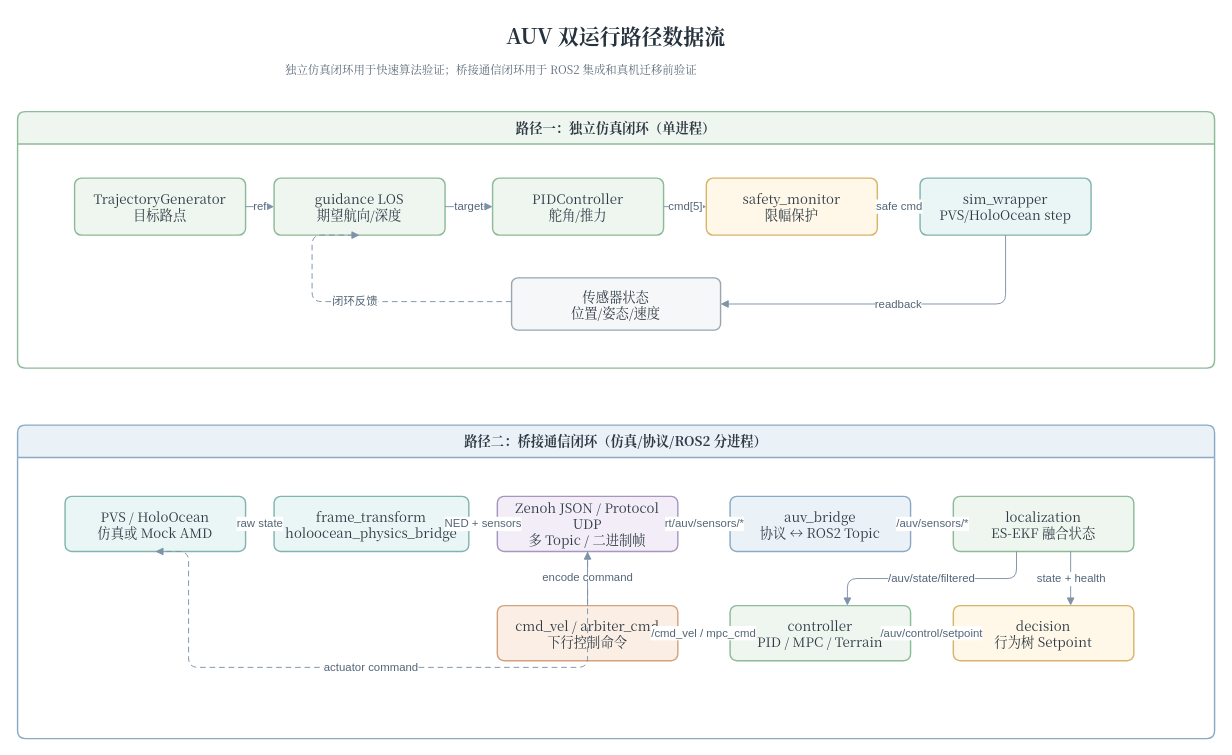
Above: docs/thesis/figures/architecture/auv_runtime_dataflow.drawio in 360ZMEM/AUV-Master-Project (draw.io), before the change. Source tidied: cells renumbered, new cells numbered last; positions are measured from the earlier drawing's top-left corner, leaving out a move shared by most shapes. Both pictures are drawn from the tidied source at 95%, with x=0, y=0 at pixel (17, 16).
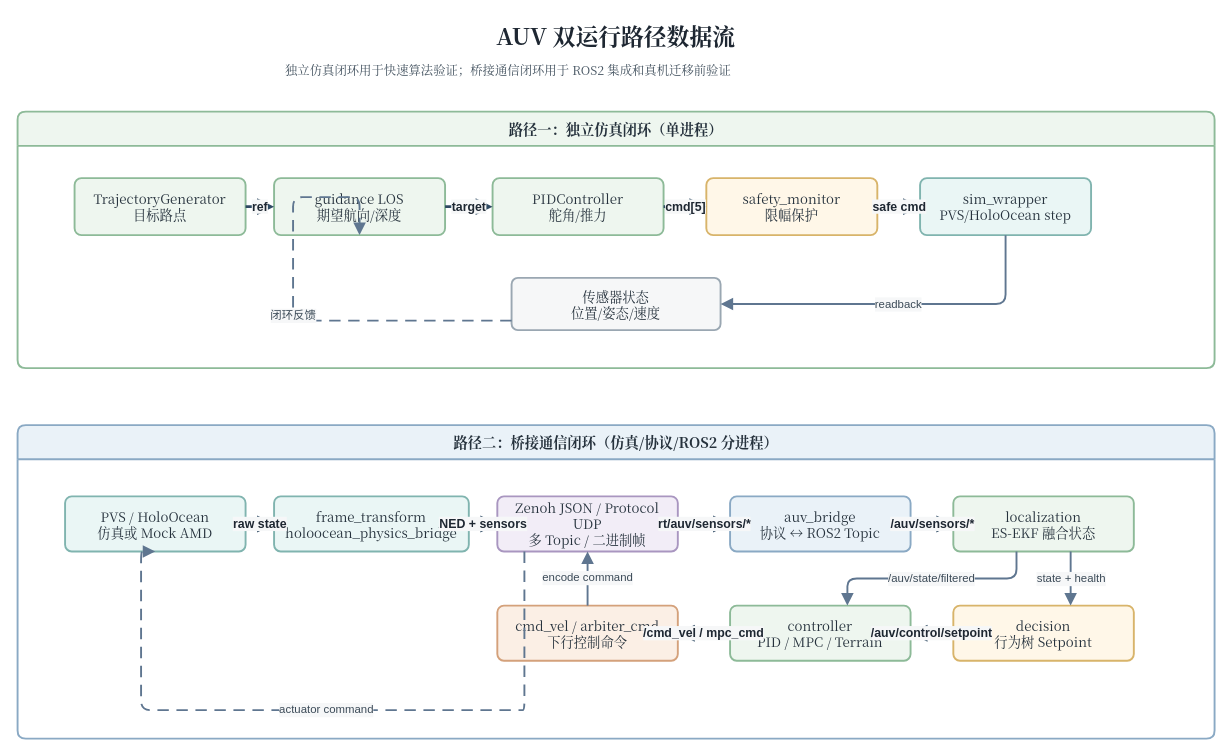
The same page after the edit.

What changed in the source:
```diff
@@
-    <mxCell id="2" value="AUV 双运行路径数据流" style="text;html=1;strokeColor=none;fillColor=none;align=center;verticalAlign=middle;whiteSpace=wrap;rounded=0;fontFamily=Noto Serif CJK SC,Times New Roman;fontSize=22;fontStyle=1;fontColor=#26323D;" parent="1" vertex="1">
+    <mxCell id="2" value="AUV 双运行路径数据流" style="text;html=1;strokeColor=none;fillColor=none;align=center;verticalAlign=middle;whiteSpace=wrap;rounded=0;fontFamily=Noto Serif CJK SC,Times New Roman;fontSize=24;fontStyle=1;fontColor=#1E2732;" parent="1" vertex="1">
       <mxGeometry x="290" width="680" height="40" as="geometry" />
     </mxCell>
-    <mxCell id="3" value="独立仿真闭环用于快速算法验证；桥接通信闭环用于 ROS2 集成和真机迁移前验证" style="text;html=1;strokeColor=none;fillColor=none;align=left;verticalAlign=top;whiteSpace=wrap;rounded=0;fontFamily=Noto Serif CJK SC,Times New Roman;fontSize=12;fontColor=#5C6B7A;" parent="1" vertex="1">
+    <mxCell id="3" value="独立仿真闭环用于快速算法验证；桥接通信闭环用于 ROS2 集成和真机迁移前验证" style="text;html=1;strokeColor=none;fillColor=none;align=left;verticalAlign=top;whiteSpace=wrap;rounded=0;fontFamily=Noto Serif CJK SC,Times New Roman;fontSize=13;fontColor=#43525F;" parent="1" vertex="1">
       <mxGeometry x="280" y="42" width="720" height="34" as="geometry" />
     </mxCell>
-    <mxCell id="4" value="路径一：独立仿真闭环（单进程）" style="swimlane;whiteSpace=wrap;html=1;startSize=34;rounded=1;arcSize=8;fillColor=#EEF6EF;strokeColor=#8DBA98;strokeWidth=1.5;fontFamily=Noto Serif CJK SC,Times New Roman;fontSize=14;fontColor=#2F3A45;" parent="1" vertex="1">
+    <mxCell id="4" value="路径一：独立仿真闭环（单进程）" style="swimlane;whiteSpace=wrap;html=1;startSize=36;rounded=1;arcSize=8;fillColor=#EEF6EF;strokeColor=#8DBA98;strokeWidth=2;fontFamily=Noto Serif CJK SC,Times New Roman;fontSize=14;fontColor=#26323D;fontStyle=1;fontSize=15;" parent="1" vertex="1">
       <mxGeometry y="100" width="1260" height="270" as="geometry" />
     </mxCell>
-    <mxCell id="5" value="路径二：桥接通信闭环（仿真/协议/ROS2 分进程）" style="swimlane;whiteSpace=wrap;html=1;startSize=34;rounded=1;arcSize=8;fillColor=#EAF2F8;strokeColor=#8AA9C4;strokeWidth=1.5;fontFamily=Noto Serif CJK SC,Times New Roman;fontSize=14;fontColor=#2F3A45;" parent="1" vertex="1">
+    <mxCell id="5" value="路径二：桥接通信闭环（仿真/协议/ROS2 分进程）" style="swimlane;whiteSpace=wrap;html=1;startSize=36;rounded=1;arcSize=8;fillColor=#EAF2F8;strokeColor=#8AA9C4;strokeWidth=2;fontFamily=Noto Serif CJK SC,Times New Roman;fontSize=14;fontColor=#26323D;fontStyle=1;fontSize=15;" parent="1" vertex="1">
       <mxGeometry y="430" width="1260" height="330" as="geometry" />
     </mxCell>
-    <mxCell id="6" value="TrajectoryGenerator&#10;目标路点" style="rounded=1;whiteSpace=wrap;html=1;arcSize=12;fillColor=#EEF6EF;strokeColor=#8DBA98;strokeWidth=1.5;spacing=8;fontFamily=Noto Serif CJK SC,Times New Roman;fontSize=14;fontColor=#2F3A45;" parent="4" vertex="1">
+    <mxCell id="6" value="TrajectoryGenerator&#10;目标路点" style="rounded=1;whiteSpace=wrap;html=1;arcSize=12;fillColor=#EEF6EF;strokeColor=#8DBA98;strokeWidth=2;spacing=8;shadow=0;fontFamily=Noto Serif CJK SC,Times New Roman;fontSize=14;fontColor=#26323D;" parent="4" vertex="1">
       <mxGeometry x="60" y="70" width="180" height="60" as="geometry" />
     </mxCell>
-    <mxCell id="7" value="guidance LOS&#10;期望航向/深度" style="rounded=1;whiteSpace=wrap;html=1;arcSize=12;fillColor=#EEF6EF;strokeColor=#8DBA98;strokeWidth=1.5;spacing=8;fontFamily=Noto Serif CJK SC,Times New Roman;fontSize=14;fontColor=#2F3A45;" parent="4" vertex="1">
+    <mxCell id="7" value="guidance LOS&#10;期望航向/深度" style="rounded=1;whiteSpace=wrap;html=1;arcSize=12;fillColor=#EEF6EF;strokeColor=#8DBA98;strokeWidth=2;spacing=8;shadow=0;fontFamily=Noto Serif CJK SC,Times New Roman;fontSize=14;fontColor=#26323D;" parent="4" vertex="1">
       <mxGeometry x="270" y="70" width="180" height="60" as="geometry" />
     </mxCell>
-    <mxCell id="8" value="PIDController&#10;舵角/推力" style="rounded=1;whiteSpace=wrap;html=1;arcSize=12;fillColor=#EEF6EF;strokeColor=#8DBA98;strokeWidth=1.5;spacing=8;fontFamily=Noto Serif CJK SC,Times New Roman;fontSize=14;fontColor=#2F3A45;" parent="4" vertex="1">
+    <mxCell id="8" value="PIDController&#10;舵角/推力" style="rounded=1;whiteSpace=wrap;html=1;arcSize=12;fillColor=#EEF6EF;strokeColor=#8DBA98;strokeWidth=2;spacing=8;shadow=0;fontFamily=Noto Serif CJK SC,Times New Roman;fontSize=14;fontColor=#26323D;" parent="4" vertex="1">
       <mxGeometry x="500" y="70" width="180" height="60" as="geometry" />
     </mxCell>
-    <mxCell id="9" value="safety_monitor&#10;限幅保护" style="rounded=1;whiteSpace=wrap;html=1;arcSize=12;fillColor=#FFF7E8;strokeColor=#D8B46A;strokeWidth=1.5;spacing=8;fontFamily=Noto Serif CJK SC,Times New Roman;fontSize=14;fontColor=#2F3A45;" parent="4" vertex="1">
+    <mxCell id="9" value="safety_monitor&#10;限幅保护" style="rounded=1;whiteSpace=wrap;html=1;arcSize=12;fillColor=#FFF7E8;strokeColor=#D8B46A;strokeWidth=2;spacing=8;shadow=0;fontFamily=Noto Serif CJK SC,Times New Roman;fontSize=14;fontColor=#26323D;" parent="4" vertex="1">
       <mxGeometry x="725" y="70" width="180" height="60" as="geometry" />
     </mxCell>
-    <mxCell id="10" value="sim_wrapper&#10;PVS/HoloOcean step" style="rounded=1;whiteSpace=wrap;html=1;arcSize=12;fillColor=#EAF6F5;strokeColor=#80B4AF;strokeWidth=1.5;spacing=8;fontFamily=Noto Serif CJK SC,Times New Roman;fontSize=14;fontColor=#2F3A45;" parent="4" vertex="1">
+    <mxCell id="10" value="sim_wrapper&#10;PVS/HoloOcean step" style="rounded=1;whiteSpace=wrap;html=1;arcSize=12;fillColor=#EAF6F5;strokeColor=#80B4AF;strokeWidth=2;spacing=8;shadow=0;fontFamily=Noto Serif CJK SC,Times New Roman;fontSize=14;fontColor=#26323D;" parent="4" vertex="1">
       <mxGeometry x="950" y="70" width="180" height="60" as="geometry" />
     </mxCell>
-    <mxCell id="11" value="传感器状态&#10;位置/姿态/速度" style="rounded=1;whiteSpace=wrap;html=1;arcSize=12;fillColor=#F6F7F8;strokeColor=#9AA7B2;strokeWidth=1.5;spacing=8;fontFamily=Noto Serif CJK SC,Times New Roman;fontSize=14;fontColor=#2F3A45;" parent="4" vertex="1">
+    <mxCell id="11" value="传感器状态&#10;位置/姿态/速度" style="rounded=1;whiteSpace=wrap;html=1;arcSize=12;fillColor=#F6F7F8;strokeColor=#9AA7B2;strokeWidth=2;spacing=8;shadow=0;fontFamily=Noto Serif CJK SC,Times New Roman;fontSize=14;fontColor=#26323D;" parent="4" vertex="1">
       <mxGeometry x="520" y="175" width="220" height="55" as="geometry" />
     </mxCell>
-    <mxCell id="12" value="PVS / HoloOcean&#10;仿真或 Mock AMD" style="rounded=1;whiteSpace=wrap;html=1;arcSize=12;fillColor=#EAF6F5;strokeColor=#80B4AF;strokeWidth=1.5;spacing=8;fontFamily=Noto Serif CJK SC,Times New Roman;fontSize=14;fontColor=#2F3A45;" parent="5" vertex="1">
+    <mxCell id="12" value="PVS / HoloOcean&#10;仿真或 Mock AMD" style="rounded=1;whiteSpace=wrap;html=1;arcSize=12;fillColor=#EAF6F5;strokeColor=#80B4AF;strokeWidth=2;spacing=8;shadow=0;fontFamily=Noto Serif CJK SC,Times New Roman;fontSize=14;fontColor=#26323D;" parent="5" vertex="1">
       <mxGeometry x="50" y="75" width="190" height="58" as="geometry" />
     </mxCell>
-    <mxCell id="13" value="frame_transform&#10;holoocean_physics_bridge" style="rounded=1;whiteSpace=wrap;html=1;arcSize=12;fillColor=#EAF6F5;strokeColor=#80B4AF;strokeWidth=1.5;spacing=8;fontFamily=Noto Serif CJK SC,Times New Roman;fontSize=14;fontColor=#2F3A45;" parent="5" vertex="1">
+    <mxCell id="13" value="frame_transform&#10;holoocean_physics_bridge" style="rounded=1;whiteSpace=wrap;html=1;arcSize=12;fillColor=#EAF6F5;strokeColor=#80B4AF;strokeWidth=2;spacing=8;shadow=0;fontFamily=Noto Serif CJK SC,Times New Roman;fontSize=14;fontColor=#26323D;" parent="5" vertex="1">
       <mxGeometry x="270" y="75" width="205" height="58" as="geometry" />
     </mxCell>
-    <mxCell id="14" value="Zenoh JSON / Protocol UDP&#10;多 Topic / 二进制帧" style="rounded=1;whiteSpace=wrap;html=1;arcSize=12;fillColor=#F2EDF7;strokeColor=#A996C0;strokeWidth=1.5;spacing=8;fontFamily=Noto Serif CJK SC,Times New Roman;fontSize=14;fontColor=#2F3A45;" parent="5" vertex="1">
+    <mxCell id="14" value="Zenoh JSON / Protocol UDP&#10;多 Topic / 二进制帧" style="rounded=1;whiteSpace=wrap;html=1;arcSize=12;fillColor=#F2EDF7;strokeColor=#A996C0;strokeWidth=2;spacing=8;shadow=0;fontFamily=Noto Serif CJK SC,Times New Roman;fontSize=14;fontColor=#26323D;" parent="5" vertex="1">
       <mxGeometry x="505" y="75" width="190" height="58" as="geometry" />
     </mxCell>
-    <mxCell id="15" value="auv_bridge&#10;协议 ↔ ROS2 Topic" style="rounded=1;whiteSpace=wrap;html=1;arcSize=12;fillColor=#EAF2F8;strokeColor=#8AA9C4;strokeWidth=1.5;spacing=8;fontFamily=Noto Serif CJK SC,Times New Roman;fontSize=14;fontColor=#2F3A45;" parent="5" vertex="1">
+    <mxCell id="15" value="auv_bridge&#10;协议 ↔ ROS2 Topic" style="rounded=1;whiteSpace=wrap;html=1;arcSize=12;fillColor=#EAF2F8;strokeColor=#8AA9C4;strokeWidth=2;spacing=8;shadow=0;fontFamily=Noto Serif CJK SC,Times New Roman;fontSize=14;fontColor=#26323D;" parent="5" vertex="1">
       <mxGeometry x="750" y="75" width="190" height="58" as="geometry" />
     </mxCell>
-    <mxCell id="16" value="localization&#10;ES-EKF 融合状态" style="rounded=1;whiteSpace=wrap;html=1;arcSize=12;fillColor=#EEF6EF;strokeColor=#8DBA98;strokeWidth=1.5;spacing=8;fontFamily=Noto Serif CJK SC,Times New Roman;fontSize=14;fontColor=#2F3A45;" parent="5" vertex="1">
+    <mxCell id="16" value="localization&#10;ES-EKF 融合状态" style="rounded=1;whiteSpace=wrap;html=1;arcSize=12;fillColor=#EEF6EF;strokeColor=#8DBA98;strokeWidth=2;spacing=8;shadow=0;fontFamily=Noto Serif CJK SC,Times New Roman;fontSize=14;fontColor=#26323D;" parent="5" vertex="1">
       <mxGeometry x="985" y="75" width="190" height="58" as="geometry" />
     </mxCell>
-    <mxCell id="17" value="decision&#10;行为树 Setpoint" style="rounded=1;whiteSpace=wrap;html=1;arcSize=12;fillColor=#FFF7E8;strokeColor=#D8B46A;strokeWidth=1.5;spacing=8;fontFamily=Noto Serif CJK SC,Times New Roman;fontSize=14;fontColor=#2F3A45;" parent="5" vertex="1">
+    <mxCell id="17" value="decision&#10;行为树 Setpoint" style="rounded=1;whiteSpace=wrap;html=1;arcSize=12;fillColor=#FFF7E8;strokeColor=#D8B46A;strokeWidth=2;spacing=8;shadow=0;fontFamily=Noto Serif CJK SC,Times New Roman;fontSize=14;fontColor=#26323D;" parent="5" vertex="1">
       <mxGeometry x="985" y="190" width="190" height="58" as="geometry" />
     </mxCell>
-    <mxCell id="18" value="controller&#10;PID / MPC / Terrain" style="rounded=1;whiteSpace=wrap;html=1;arcSize=12;fillColor=#EEF6EF;strokeColor=#8DBA98;strokeWidth=1.5;spacing=8;fontFamily=Noto Serif CJK SC,Times New Roman;fontSize=14;fontColor=#2F3A45;" parent="5" vertex="1">
+    <mxCell id="18" value="controller&#10;PID / MPC / Terrain" style="rounded=1;whiteSpace=wrap;html=1;arcSize=12;fillColor=#EEF6EF;strokeColor=#8DBA98;strokeWidth=2;spacing=8;shadow=0;fontFamily=Noto Serif CJK SC,Times New Roman;fontSize=14;fontColor=#26323D;" parent="5" vertex="1">
       <mxGeometry x="750" y="190" width="190" height="58" as="geometry" />
     </mxCell>
-    <mxCell id="19" value="cmd_vel / arbiter_cmd&#10;下行控制命令" style="rounded=1;whiteSpace=wrap;html=1;arcSize=12;fillColor=#FBEFE5;strokeColor=#D4A17B;strokeWidth=1.5;spacing=8;fontFamily=Noto Serif CJK SC,Times New Roman;fontSize=14;fontColor=#2F3A45;" parent="5" vertex="1">
+    <mxCell id="19" value="cmd_vel / arbiter_cmd&#10;下行控制命令" style="rounded=1;whiteSpace=wrap;html=1;arcSize=12;fillColor=#FBEFE5;strokeColor=#D4A17B;strokeWidth=2;spacing=8;shadow=0;fontFamily=Noto Serif CJK SC,Times New Roman;fontSize=14;fontColor=#26323D;" parent="5" vertex="1">
       <mxGeometry x="505" y="190" width="190" height="58" as="geometry" />
     </mxCell>
-    <mxCell id="20" value="ref" style="edgeStyle=orthogonalEdgeStyle;rounded=1;jettySize=auto;html=1;strokeColor=#7E93A8;fontColor=#536577;fontSize=12;endArrow=block;endFill=1;exitX=1;entryX=0;" parent="1" edge="1" source="6" target="7">
+    <mxCell id="20" value="ref" style="edgeStyle=orthogonalEdgeStyle;rounded=1;jettySize=auto;html=1;strokeColor=#2F4A63;fontColor=#1E2732;fontSize=13;fontStyle=1;strokeWidth=3;labelBackgroundColor=#F6F7F8;labelBorderColor=none;endArrow=block;endFill=1;endSize=10;exitX=1;entryX=0;" parent="1" edge="1" source="6" target="7">
       <mxGeometry relative="1" as="geometry" />
     </mxCell>
-    <mxCell id="21" value="target" style="edgeStyle=orthogonalEdgeStyle;rounded=1;jettySize=auto;html=1;strokeColor=#7E93A8;fontColor=#536577;fontSize=12;endArrow=block;endFill=1;exitX=1;entryX=0;" parent="1" edge="1" source="7" target="8">
+    <mxCell id="21" value="target" style="edgeStyle=orthogonalEdgeStyle;rounded=1;jettySize=auto;html=1;strokeColor=#2F4A63;fontColor=#1E2732;fontSize=13;fontStyle=1;strokeWidth=3;labelBackgroundColor=#F6F7F8;labelBorderColor=none;endArrow=block;endFill=1;endSize=10;exitX=1;entryX=0;" parent="1" edge="1" source="7" target="8">
       <mxGeometry relative="1" as="geometry" />
     </mxCell>
-    <mxCell id="22" value="cmd[5]" style="edgeStyle=orthogonalEdgeStyle;rounded=1;jettySize=auto;html=1;strokeColor=#7E93A8;fontColor=#536577;fontSize=12;endArrow=block;endFill=1;exitX=1;entryX=0;" parent="1" edge="1" source="8" target="9">
+    <mxCell id="22" value="cmd[5]" style="edgeStyle=orthogonalEdgeStyle;rounded=1;jettySize=auto;html=1;strokeColor=#2F4A63;fontColor=#1E2732;fontSize=13;fontStyle=1;strokeWidth=3;labelBackgroundColor=#F6F7F8;labelBorderColor=none;endArrow=block;endFill=1;endSize=10;exitX=1;entryX=0;" parent="1" edge="1" source="8" target="9">
       <mxGeometry relative="1" as="geometry" />
     </mxCell>
-    <mxCell id="23" value="safe cmd" style="edgeStyle=orthogonalEdgeStyle;rounded=1;jettySize=auto;html=1;strokeColor=#7E93A8;fontColor=#536577;fontSize=12;endArrow=block;endFill=1;exitX=1;entryX=0;" parent="1" edge="1" source="9" target="10">
+    <mxCell id="23" value="safe cmd" style="edgeStyle=orthogonalEdgeStyle;rounded=1;jettySize=auto;html=1;strokeColor=#2F4A63;fontColor=#1E2732;fontSize=13;fontStyle=1;strokeWidth=3;labelBackgroundColor=#F6F7F8;labelBorderColor=none;endArrow=block;endFill=1;endSize=10;exitX=1;entryX=0;" parent="1" edge="1" source="9" target="10">
       <mxGeometry relative="1" as="geometry" />
     </mxCell>
-    <mxCell id="24" value="readback" style="edgeStyle=orthogonalEdgeStyle;rounded=1;jettySize=auto;html=1;strokeColor=#7E93A8;fontColor=#536577;fontSize=12;endArrow=block;endFill=1;exitX=0.5;exitY=1;entryX=1;entryY=0.5;" parent="1" edge="1" source="10" target="11">
+    <mxCell id="24" value="readback" style="edgeStyle=orthogonalEdgeStyle;rounded=1;jettySize=auto;html=1;strokeColor=#5F7690;fontColor=#3B4A57;fontSize=12;strokeWidth=2;labelBackgroundColor=#F6F7F8;labelBorderColor=none;endArrow=block;endFill=1;endSize=8;exitX=0.5;exitY=1;entryX=1;entryY=0.5;" parent="1" edge="1" source="10" target="11">
       <mxGeometry relative="1" as="geometry" />
     </mxCell>
-    <mxCell id="25" value="闭环反馈" style="edgeStyle=orthogonalEdgeStyle;rounded=1;jettySize=auto;html=1;strokeColor=#7E93A8;fontColor=#536577;fontSize=12;endArrow=block;endFill=1;dashed=1;dashPattern=6 4;exitX=0;entryX=0.5;entryY=1;" parent="1" edge="1" source="11" target="7">
+    <mxCell id="25" value="闭环反馈" style="edgeStyle=orthogonalEdgeStyle;rounded=1;jettySize=auto;html=1;strokeColor=#5F7690;fontColor=#3B4A57;fontSize=12;strokeWidth=2;labelBackgroundColor=#F6F7F8;labelBorderColor=none;endArrow=block;endFill=1;endSize=8;dashed=1;dashPattern=6 4;exitX=0;entryX=0.5;entryY=1;" parent="1" edge="1" source="11" target="7">
       <mxGeometry relative="1" as="geometry">
         <Array as="points">
-          <mxPoint x="310" y="300" />
+          <mxPoint x="290" y="320" />
+          <mxPoint x="290" y="190" />
         </Array>
       </mxGeometry>
     </mxCell>
-    <mxCell id="26" value="raw state" style="edgeStyle=orthogonalEdgeStyle;rounded=1;jettySize=auto;html=1;strokeColor=#7E93A8;fontColor=#536577;fontSize=12;endArrow=block;endFill=1;exitX=1;entryX=0;" parent="1" edge="1" source="12" target="13">
+    <mxCell id="26" value="raw state" style="edgeStyle=orthogonalEdgeStyle;rounded=1;jettySize=auto;html=1;strokeColor=#2F4A63;fontColor=#1E2732;fontSize=13;fontStyle=1;strokeWidth=3;labelBackgroundColor=#F6F7F8;labelBorderColor=none;endArrow=block;endFill=1;endSize=10;exitX=1;entryX=0;" parent="1" edge="1" source="12" target="13">
       <mxGeometry relative="1" as="geometry" />
     </mxCell>
-    <mxCell id="27" value="NED + sensors" style="edgeStyle=orthogonalEdgeStyle;rounded=1;jettySize=auto;html=1;strokeColor=#7E93A8;fontColor=#536577;fontSize=12;endArrow=block;endFill=1;exitX=1;entryX=0;" parent="1" edge="1" source="13" target="14">
+    <mxCell id="27" value="NED + sensors" style="edgeStyle=orthogonalEdgeStyle;rounded=1;jettySize=auto;html=1;strokeColor=#2F4A63;fontColor=#1E2732;fontSize=13;fontStyle=1;strokeWidth=3;labelBackgroundColor=#F6F7F8;labelBorderColor=none;endArrow=block;endFill=1;endSize=10;exitX=1;entryX=0;" parent="1" edge="1" source="13" target="14">
       <mxGeometry relative="1" as="geometry" />
     </mxCell>
-    <mxCell id="28" value="rt/auv/sensors/*" style="edgeStyle=orthogonalEdgeStyle;rounded=1;jettySize=auto;html=1;strokeColor=#7E93A8;fontColor=#536577;fontSize=12;endArrow=block;endFill=1;exitX=1;entryX=0;" parent="1" edge="1" source="14" target="15">
+    <mxCell id="28" value="rt/auv/sensors/*" style="edgeStyle=orthogonalEdgeStyle;rounded=1;jettySize=auto;html=1;strokeColor=#2F4A63;fontColor=#1E2732;fontSize=13;fontStyle=1;strokeWidth=3;labelBackgroundColor=#F6F7F8;labelBorderColor=none;endArrow=block;endFill=1;endSize=10;exitX=1;entryX=0;" parent="1" edge="1" source="14" target="15">
       <mxGeometry relative="1" as="geometry" />
     </mxCell>
-    <mxCell id="29" value="/auv/sensors/*" style="edgeStyle=orthogonalEdgeStyle;rounded=1;jettySize=auto;html=1;strokeColor=#7E93A8;fontColor=#536577;fontSize=12;endArrow=block;endFill=1;exitX=1;entryX=0;" parent="1" edge="1" source="15" target="16">
+    <mxCell id="29" value="/auv/sensors/*" style="edgeStyle=orthogonalEdgeStyle;rounded=1;jettySize=auto;html=1;strokeColor=#2F4A63;fontColor=#1E2732;fontSize=13;fontStyle=1;strokeWidth=3;labelBackgroundColor=#F6F7F8;labelBorderColor=none;endArrow=block;endFill=1;endSize=10;exitX=1;entryX=0;" parent="1" edge="1" source="15" target="16">
       <mxGeometry relative="1" as="geometry" />
     </mxCell>
-    <mxCell id="30" value="state + health" style="edgeStyle=orthogonalEdgeStyle;rounded=1;jettySize=auto;html=1;strokeColor=#7E93A8;fontColor=#536577;fontSize=12;endArrow=block;endFill=1;exitX=0.65;exitY=1;entryX=0.65;entryY=0;" parent="1" edge="1" source="16" target="17">
+    <mxCell id="30" value="state + health" style="edgeStyle=orthogonalEdgeStyle;rounded=1;jettySize=auto;html=1;strokeColor=#5F7690;fontColor=#3B4A57;fontSize=12;strokeWidth=2;labelBackgroundColor=#F6F7F8;labelBorderColor=none;endArrow=block;endFill=1;endSize=8;exitX=0.65;exitY=1;entryX=0.65;entryY=0;" parent="1" edge="1" source="16" target="17">
       <mxGeometry relative="1" as="geometry" />
     </mxCell>
-    <mxCell id="31" value="/auv/control/setpoint" style="edgeStyle=orthogonalEdgeStyle;rounded=1;jettySize=auto;html=1;strokeColor=#7E93A8;fontColor=#536577;fontSize=12;endArrow=block;endFill=1;exitX=0;entryX=1;" parent="1" edge="1" source="17" target="18">
+    <mxCell id="31" value="/auv/control/setpoint" style="edgeStyle=orthogonalEdgeStyle;rounded=1;jettySize=auto;html=1;strokeColor=#2F4A63;fontColor=#1E2732;fontSize=13;fontStyle=1;strokeWidth=3;labelBackgroundColor=#F6F7F8;labelBorderColor=none;endArrow=block;endFill=1;endSize=10;exitX=0;entryX=1;" parent="1" edge="1" source="17" target="18">
       <mxGeometry relative="1" as="geometry" />
     </mxCell>
-    <mxCell id="32" value="/auv/state/filtered" style="edgeStyle=orthogonalEdgeStyle;rounded=1;jettySize=auto;html=1;strokeColor=#7E93A8;fontColor=#536577;fontSize=12;endArrow=block;endFill=1;exitX=0.35;exitY=1;entryX=0.65;entryY=0;" parent="1" edge="1" source="16" target="18">
+    <mxCell id="32" value="/auv/state/filtered" style="edgeStyle=orthogonalEdgeStyle;rounded=1;jettySize=auto;html=1;strokeColor=#5F7690;fontColor=#3B4A57;fontSize=12;strokeWidth=2;labelBackgroundColor=#F6F7F8;labelBorderColor=none;endArrow=block;endFill=1;endSize=8;exitX=0.35;exitY=1;entryX=0.65;entryY=0;" parent="1" edge="1" source="16" target="18">
       <mxGeometry relative="1" as="geometry" />
     </mxCell>
-    <mxCell id="33" value="/cmd_vel / mpc_cmd" style="edgeStyle=orthogonalEdgeStyle;rounded=1;jettySize=auto;html=1;strokeColor=#7E93A8;fontColor=#536577;fontSize=12;endArrow=block;endFill=1;exitX=0;entryX=1;" parent="1" edge="1" source="18" target="19">
+    <mxCell id="33" value="/cmd_vel / mpc_cmd" style="edgeStyle=orthogonalEdgeStyle;rounded=1;jettySize=auto;html=1;strokeColor=#2F4A63;fontColor=#1E2732;fontSize=13;fontStyle=1;strokeWidth=3;labelBackgroundColor=#F6F7F8;labelBorderColor=none;endArrow=block;endFill=1;endSize=10;exitX=0;entryX=1;" parent="1" edge="1" source="18" target="19">
       <mxGeometry relative="1" as="geometry" />
     </mxCell>
-    <mxCell id="34" value="encode command" style="edgeStyle=orthogonalEdgeStyle;rounded=1;jettySize=auto;html=1;strokeColor=#7E93A8;fontColor=#536577;fontSize=12;endArrow=block;endFill=1;exitX=0.5;exitY=0;entryX=0.5;entryY=1;" parent="1" edge="1" source="19" target="14">
+    <mxCell id="34" value="encode command" style="edgeStyle=orthogonalEdgeStyle;rounded=1;jettySize=auto;html=1;strokeColor=#5F7690;fontColor=#3B4A57;fontSize=12;strokeWidth=2;labelBackgroundColor=#F6F7F8;labelBorderColor=none;endArrow=block;endFill=1;endSize=8;exitX=0.5;exitY=0;entryX=0.5;entryY=1;" parent="1" edge="1" source="19" target="14">
       <mxGeometry relative="1" as="geometry" />
     </mxCell>
-    <mxCell id="35" value="actuator command" style="edgeStyle=orthogonalEdgeStyle;rounded=1;jettySize=auto;html=1;strokeColor=#7E93A8;fontColor=#536577;fontSize=12;endArrow=block;endFill=1;dashed=1;dashPattern=6 4;exitX=0;entryX=0.5;entryY=1;" parent="1" edge="1" source="14" target="12">
+    <mxCell id="35" value="actuator command" style="edgeStyle=orthogonalEdgeStyle;rounded=1;jettySize=auto;html=1;strokeColor=#5F7690;fontColor=#3B4A57;fontSize=12;strokeWidth=2;labelBackgroundColor=#F6F7F8;labelBorderColor=none;endArrow=block;endFill=1;endSize=8;dashed=1;dashPattern=6 4;exitX=0.15;exitY=1;entryX=0.5;entryY=1;" parent="1" edge="1" source="14" target="12">
       <mxGeometry relative="1" as="geometry">
         <Array as="points">
-          <mxPoint x="180" y="685" />
+          <mxPoint x="530" y="730" />
+          <mxPoint x="130" y="730" />
+          <mxPoint x="130" y="535" />
         </Array>
       </mxGeometry>
     </mxCell>
```
